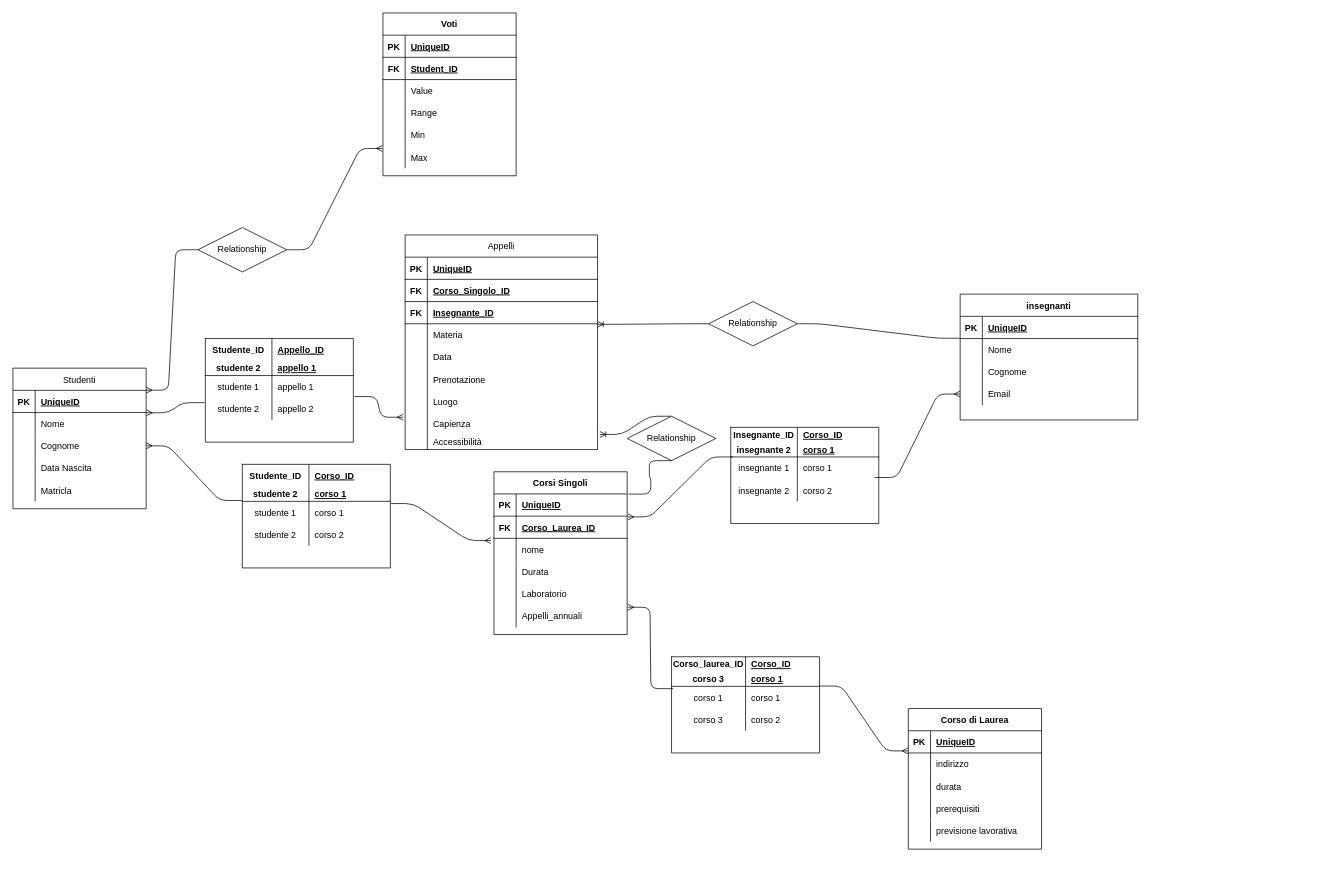
Before: db-university.drawio in Nicola-Perera/db-university, a draw.io diagram. Source tidied: cells renumbered, new cells numbered last; positions are measured from the earlier drawing's top-left corner, leaving out a move shared by most shapes. Both pictures are drawn from the tidied source at 74%, with x=0, y=0 at pixel (13, 13).
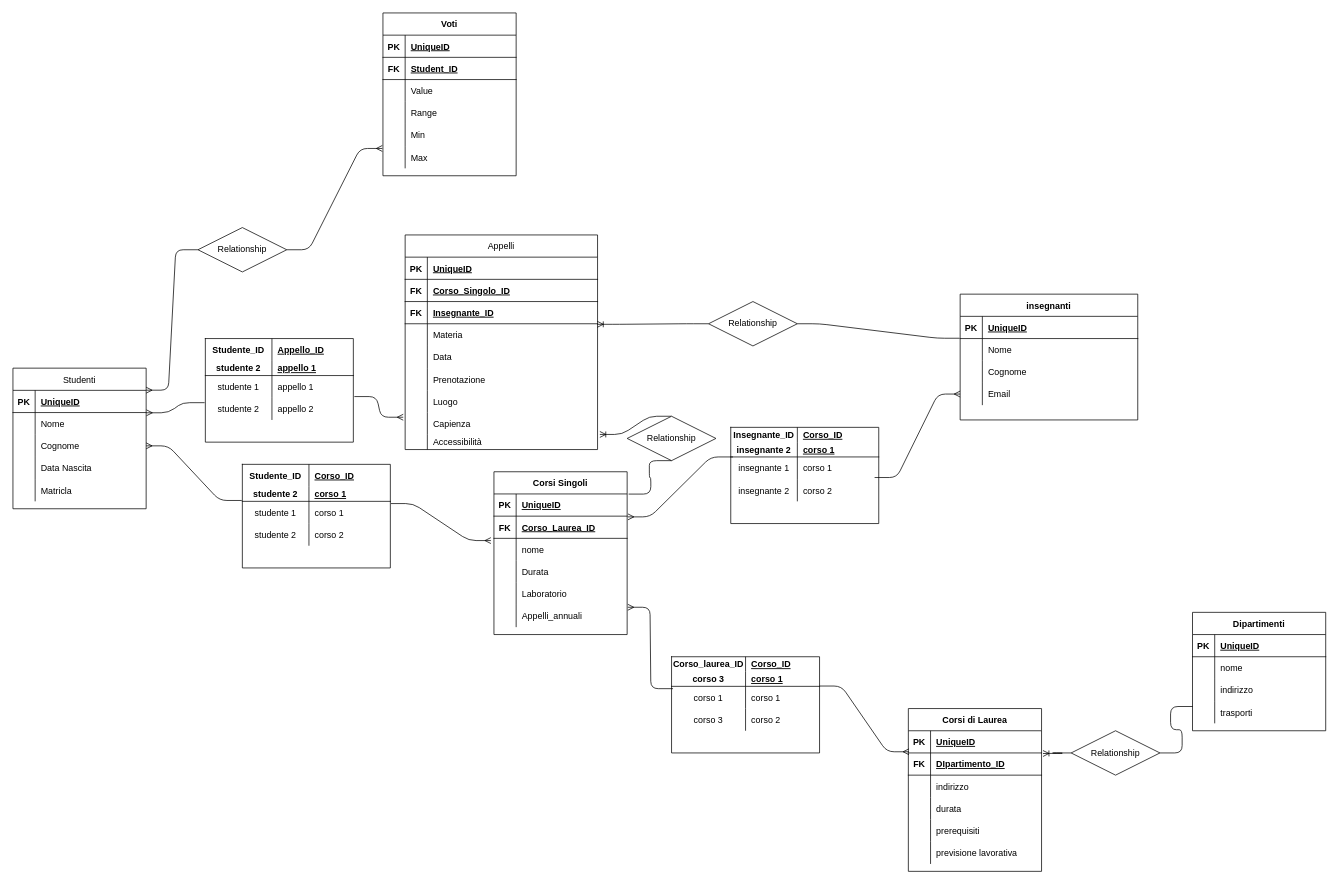
The same diagram, later.

Commit message:
add "dipartimenti" entity

Unchanged cells that the change refers to:
```xml
<mxCell id="175" style="shape=partialRectangle;fillColor=none;top=0;left=0;bottom=0;right=0;points=[[0,0.5],[1,0.5]];portConstraint=eastwest;" parent="168" vertex="1">
  <mxGeometry y="40" width="200" height="30" as="geometry" />
</mxCell>
```

What changed in the source:
```diff
@@
-    <mxCell id="151" value="Corso di Laurea" style="shape=table;startSize=30;childLayout=tableLayout;rowLines=0;fontStyle=1;align=center;" parent="1" vertex="1">
-      <mxGeometry x="1210" y="940" width="180" height="190" as="geometry" />
+    <mxCell id="151" value="Corsi di Laurea" style="shape=table;startSize=30;childLayout=tableLayout;rowLines=0;fontStyle=1;align=center;" parent="1" vertex="1">
+      <mxGeometry x="1210" y="940" width="180" height="220" as="geometry" />
     </mxCell>
+    <mxCell id="182" style="shape=partialRectangle;fillColor=none;top=0;left=0;bottom=1;right=0;" parent="151" vertex="1">
+      <mxGeometry y="30" width="180" height="30" as="geometry" />
+    </mxCell>
+    <mxCell id="183" value="PK" style="shape=partialRectangle;fillColor=none;top=0;left=0;bottom=0;right=0;fontStyle=1;overflow=hidden;" parent="182" vertex="1">
+      <mxGeometry width="30" height="30" as="geometry" />
+    </mxCell>
+    <mxCell id="184" value="UniqueID" style="shape=partialRectangle;fillColor=none;top=0;left=0;bottom=0;right=0;align=left;spacingLeft=6;fontStyle=5;overflow=hidden;" parent="182" vertex="1">
+      <mxGeometry x="30" width="150" height="30" as="geometry" />
+    </mxCell>
     <mxCell id="152" style="shape=partialRectangle;fillColor=none;top=0;left=0;bottom=1;right=0;points=[[0,0.5],[1,0.5]];portConstraint=eastwest;" parent="151" vertex="1">
-      <mxGeometry y="30" width="180" height="30" as="geometry" />
+      <mxGeometry y="60" width="180" height="30" as="geometry" />
     </mxCell>
-    <mxCell id="153" value="PK" style="shape=partialRectangle;fillColor=none;top=0;left=0;bottom=0;right=0;fontStyle=1;overflow=hidden;" parent="152" vertex="1">
+    <mxCell id="153" value="FK" style="shape=partialRectangle;fillColor=none;top=0;left=0;bottom=0;right=0;fontStyle=1;overflow=hidden;" parent="152" vertex="1">
       <mxGeometry width="30" height="30" as="geometry" />
     </mxCell>
-    <mxCell id="154" value="UniqueID" style="shape=partialRectangle;fillColor=none;top=0;left=0;bottom=0;right=0;align=left;spacingLeft=6;fontStyle=5;overflow=hidden;" parent="152" vertex="1">
+    <mxCell id="154" value="DIpartimento_ID" style="shape=partialRectangle;fillColor=none;top=0;left=0;bottom=0;right=0;align=left;spacingLeft=6;fontStyle=5;overflow=hidden;" parent="152" vertex="1">
       <mxGeometry x="30" width="150" height="30" as="geometry" />
     </mxCell>
     <mxCell id="155" style="shape=partialRectangle;fillColor=none;top=0;left=0;bottom=0;right=0;points=[[0,0.5],[1,0.5]];portConstraint=eastwest;" parent="151" vertex="1">
-      <mxGeometry y="60" width="180" height="30" as="geometry" />
+      <mxGeometry y="90" width="180" height="30" as="geometry" />
     </mxCell>
@@
     <mxCell id="158" style="shape=partialRectangle;fillColor=none;top=0;left=0;bottom=0;right=0;" parent="151" vertex="1">
-      <mxGeometry y="90" width="180" height="30" as="geometry" />
+      <mxGeometry y="120" width="180" height="30" as="geometry" />
     </mxCell>
@@
     <mxCell id="161" style="shape=partialRectangle;fillColor=none;top=0;left=0;bottom=0;right=0;" parent="151" vertex="1">
-      <mxGeometry y="120" width="180" height="30" as="geometry" />
+      <mxGeometry y="150" width="180" height="30" as="geometry" />
     </mxCell>
@@
     <mxCell id="164" style="shape=partialRectangle;fillColor=none;top=0;left=0;bottom=0;right=0;" parent="151" vertex="1">
-      <mxGeometry y="150" width="180" height="30" as="geometry" />
+      <mxGeometry y="180" width="180" height="30" as="geometry" />
     </mxCell>
@@
-    <mxCell id="167" style="edgeStyle=entityRelationEdgeStyle;fontSize=12;html=1;endArrow=ERmany;startArrow=none;entryX=-0.002;entryY=-0.092;entryDx=0;entryDy=0;entryPerimeter=0;exitX=0.998;exitY=-0.014;exitDx=0;exitDy=0;exitPerimeter=0;" parent="1" edge="1" source="175" target="155">
+    <mxCell id="167" style="edgeStyle=entityRelationEdgeStyle;fontSize=12;html=1;endArrow=ERmany;startArrow=none;entryX=0.005;entryY=-0.053;entryDx=0;entryDy=0;entryPerimeter=0;exitX=0.998;exitY=-0.014;exitDx=0;exitDy=0;exitPerimeter=0;" parent="1" edge="1" source="175" target="152">
       <mxGeometry relative="1" as="geometry" />
     </mxCell>
@@
+    <mxCell id="185" value="Dipartimenti" style="shape=table;startSize=30;childLayout=tableLayout;rowLines=0;fontStyle=1;align=center;" parent="1" vertex="1">
+      <mxGeometry x="1594" y="810" width="180" height="160" as="geometry" />
+    </mxCell>
+    <mxCell id="186" style="shape=partialRectangle;fillColor=none;top=0;left=0;bottom=1;right=0;" parent="185" vertex="1">
+      <mxGeometry y="30" width="180" height="30" as="geometry" />
+    </mxCell>
+    <mxCell id="187" value="PK" style="shape=partialRectangle;fillColor=none;top=0;left=0;bottom=0;right=0;fontStyle=1;overflow=hidden;" parent="186" vertex="1">
+      <mxGeometry width="30" height="30" as="geometry" />
+    </mxCell>
+    <mxCell id="188" value="UniqueID" style="shape=partialRectangle;fillColor=none;top=0;left=0;bottom=0;right=0;align=left;spacingLeft=6;fontStyle=5;overflow=hidden;" parent="186" vertex="1">
+      <mxGeometry x="30" width="150" height="30" as="geometry" />
+    </mxCell>
+    <mxCell id="189" style="shape=partialRectangle;fillColor=none;top=0;left=0;bottom=0;right=0;" parent="185" vertex="1">
+      <mxGeometry y="60" width="180" height="30" as="geometry" />
+    </mxCell>
+    <mxCell id="190" style="shape=partialRectangle;fillColor=none;top=0;left=0;bottom=0;right=0;overflow=hidden;" parent="189" vertex="1">
+      <mxGeometry width="30" height="30" as="geometry" />
+    </mxCell>
+    <mxCell id="191" value="nome" style="shape=partialRectangle;fillColor=none;top=0;left=0;bottom=0;right=0;align=left;spacingLeft=6;overflow=hidden;" parent="189" vertex="1">
+      <mxGeometry x="30" width="150" height="30" as="geometry" />
+    </mxCell>
+    <mxCell id="192" style="shape=partialRectangle;fillColor=none;top=0;left=0;bottom=0;right=0;" parent="185" vertex="1">
+      <mxGeometry y="90" width="180" height="30" as="geometry" />
+    </mxCell>
+    <mxCell id="193" style="shape=partialRectangle;fillColor=none;top=0;left=0;bottom=0;right=0;overflow=hidden;" parent="192" vertex="1">
+      <mxGeometry width="30" height="30" as="geometry" />
+    </mxCell>
+    <mxCell id="194" value="indirizzo" style="shape=partialRectangle;fillColor=none;top=0;left=0;bottom=0;right=0;align=left;spacingLeft=6;overflow=hidden;" parent="192" vertex="1">
+      <mxGeometry x="30" width="150" height="30" as="geometry" />
+    </mxCell>
+    <mxCell id="195" style="shape=partialRectangle;fillColor=none;top=0;left=0;bottom=0;right=0;points=[[0,0.5],[1,0.5]];portConstraint=eastwest;" parent="185" vertex="1">
+      <mxGeometry y="120" width="180" height="30" as="geometry" />
+    </mxCell>
+    <mxCell id="196" style="shape=partialRectangle;fillColor=none;top=0;left=0;bottom=0;right=0;overflow=hidden;" parent="195" vertex="1">
+      <mxGeometry width="30" height="30" as="geometry" />
+    </mxCell>
+    <mxCell id="197" value="trasporti" style="shape=partialRectangle;fillColor=none;top=0;left=0;bottom=0;right=0;align=left;spacingLeft=6;overflow=hidden;" parent="195" vertex="1">
+      <mxGeometry x="30" width="150" height="30" as="geometry" />
+    </mxCell>
+    <mxCell id="198" style="edgeStyle=entityRelationEdgeStyle;fontSize=12;html=1;endArrow=ERoneToMany;entryX=1.011;entryY=0.025;entryDx=0;entryDy=0;entryPerimeter=0;exitX=0;exitY=0.5;exitDx=0;exitDy=0;startArrow=none;" parent="1" edge="1" source="199" target="152">
+      <mxGeometry relative="1" as="geometry" />
+    </mxCell>
+    <mxCell id="199" value="Relationship" style="shape=rhombus;perimeter=rhombusPerimeter;whiteSpace=wrap;html=1;align=center;" parent="1" vertex="1">
+      <mxGeometry x="1430" y="970" width="120" height="60" as="geometry" />
+    </mxCell>
+    <mxCell id="200" style="edgeStyle=entityRelationEdgeStyle;fontSize=12;html=1;endArrow=none;entryX=1;entryY=0.5;entryDx=0;entryDy=0;exitX=0.002;exitY=0.241;exitDx=0;exitDy=0;exitPerimeter=0;" parent="1" edge="1" source="195" target="199">
+      <mxGeometry relative="1" as="geometry" />
+    </mxCell>
```
